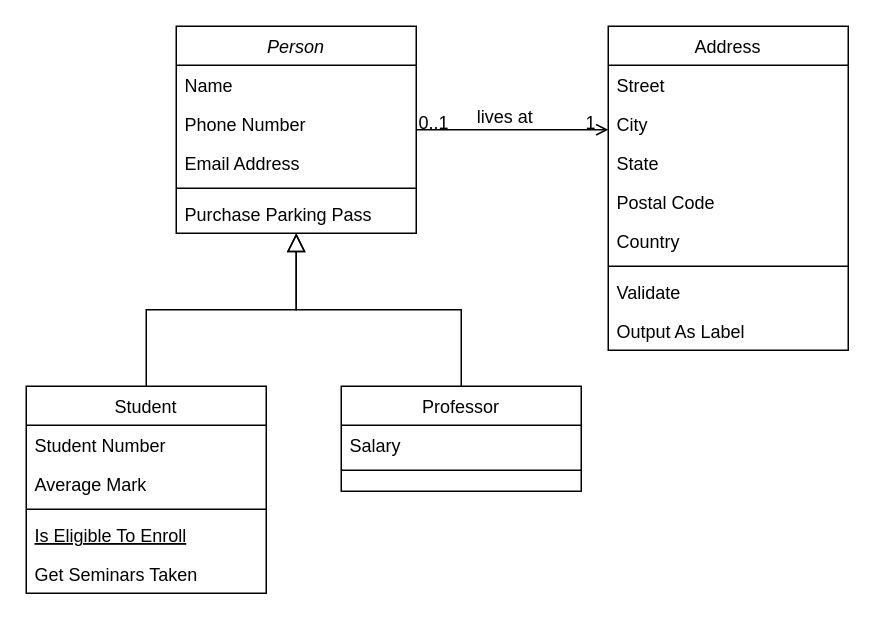
This is Untitled Diagram.drawio from a12b23c45/hello-world, a draw.io file, before an edit. Source tidied: cells renumbered, new cells numbered last; positions are measured from the earlier drawing's top-left corner, leaving out a move shared by most shapes. Both pictures are drawn from the tidied source at 150%, with x=0, y=0 at pixel (26, 26).
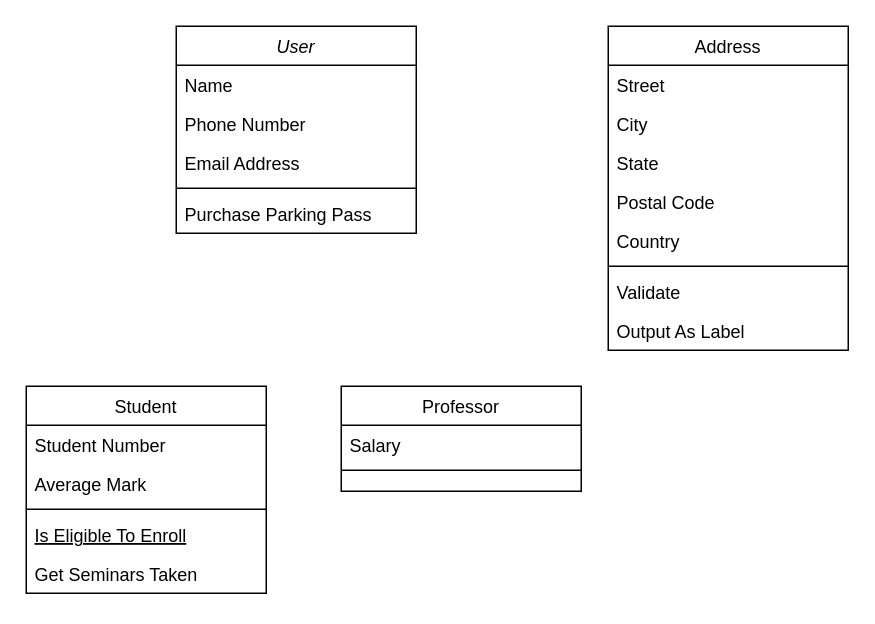
After the change.

The change refers to these unchanged cells:
```xml
<mxCell id="8" value="Student" style="swimlane;fontStyle=0;align=center;verticalAlign=top;horizontal=1;startSize=26;rounded=0;shadow=0;strokeWidth=1;" parent="1" vertex="1">
  <mxGeometry y="240" width="160" height="138" as="geometry" />
</mxCell>
<mxCell id="15" value="Professor" style="swimlane;fontStyle=0;align=center;verticalAlign=top;horizontal=1;startSize=26;rounded=0;shadow=0;strokeWidth=1;" parent="1" vertex="1">
  <mxGeometry x="210" y="240" width="160" height="70" as="geometry" />
</mxCell>
<mxCell id="19" value="Address" style="swimlane;fontStyle=0;align=center;verticalAlign=top;horizontal=1;startSize=26;rounded=0;shadow=0;strokeWidth=1;" parent="1" vertex="1">
  <mxGeometry x="388" width="160" height="216" as="geometry" />
</mxCell>
```

What changed in the source:
```diff
@@
-    <mxCell id="2" value="Person" style="swimlane;fontStyle=2;align=center;verticalAlign=top;horizontal=1;startSize=26;rounded=0;shadow=0;strokeWidth=1;" parent="1" vertex="1">
+    <mxCell id="2" value="User" style="swimlane;fontStyle=2;align=center;verticalAlign=top;horizontal=1;startSize=26;rounded=0;shadow=0;strokeWidth=1;" parent="1" vertex="1">
       <mxGeometry x="100" width="160" height="138" as="geometry" />
     </mxCell>
@@
-    <mxCell id="14" style="endArrow=block;endSize=10;endFill=0;shadow=0;strokeWidth=1;rounded=0;curved=0;edgeStyle=elbowEdgeStyle;elbow=vertical;" parent="1" edge="1" source="8" target="2">
-      <mxGeometry relative="1" as="geometry" />
-    </mxCell>
@@
-    <mxCell id="18" style="endArrow=block;endSize=10;endFill=0;shadow=0;strokeWidth=1;rounded=0;curved=0;edgeStyle=elbowEdgeStyle;elbow=vertical;" parent="1" edge="1" source="15" target="2">
-      <mxGeometry relative="1" as="geometry" />
-    </mxCell>
@@
-    <mxCell id="28" style="endArrow=open;shadow=0;strokeWidth=1;rounded=0;curved=0;endFill=1;edgeStyle=elbowEdgeStyle;elbow=vertical;" parent="1" edge="1" source="2" target="19">
-      <mxGeometry x="0.5" y="41" relative="1" as="geometry">
-        <mxPoint x="-40" y="32" as="offset" />
-      </mxGeometry>
-    </mxCell>
-    <mxCell id="29" value="0..1" style="align=left;verticalAlign=bottom;labelBackgroundColor=none;fontSize=12;" parent="28" vertex="1">
-      <mxGeometry x="-1" relative="1" as="geometry">
-        <mxPoint y="4" as="offset" />
-      </mxGeometry>
-    </mxCell>
-    <mxCell id="30" value="1" style="align=right;verticalAlign=bottom;labelBackgroundColor=none;fontSize=12;" parent="28" vertex="1">
-      <mxGeometry x="1" relative="1" as="geometry">
-        <mxPoint x="-7" y="4" as="offset" />
-      </mxGeometry>
-    </mxCell>
-    <mxCell id="31" value="lives at" style="text;html=1;align=center;verticalAlign=middle;labelBackgroundColor=none;rounded=0;shadow=0;strokeWidth=1;fontSize=12;" parent="28" vertex="1">
-      <mxGeometry x="0.5" y="49" relative="1" as="geometry">
-        <mxPoint x="-38" y="40" as="offset" />
-      </mxGeometry>
-    </mxCell>
```
